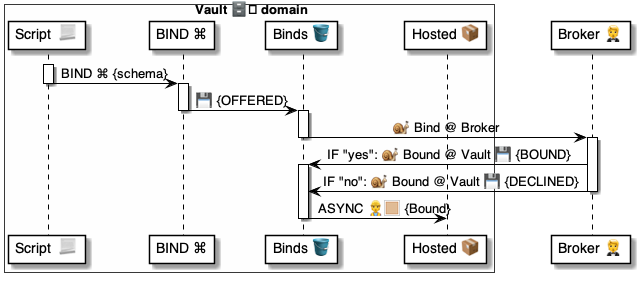
Before: 4 ⚙️ Solution/41 🎭 Domain Roles/Vaults 🗄️/🗄️🪣 Vault tables/Binds 🔗 table/🪣🧱 10 Bind ⏩ flow/🗄️ Vault.Binds.Bind ⚙️ uml.png, a diagram exported from PlantUML (pollyweb-org/pollyweb-docs). Its source is kept beside it as 4 ⚙️ Solution/41 🎭 Domain Roles/Vaults 🗄️/🗄️🪣 Vault tables/Binds 🔗 table/🪣🧱 10 Bind ⏩ flow/🗄️ Vault.Binds.Bind ⚙️ uml.puml.
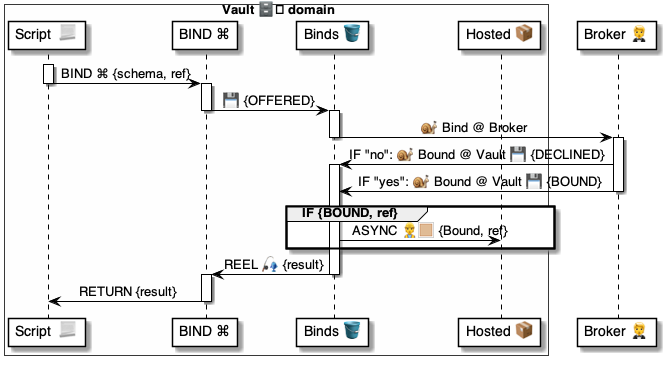
Later version of the same file.

What changed in the source:
```diff
@@ -10,7 +10,7 @@
 
 
 activate script
-    script -> cmd: BIND ⌘ {schema}
+    script -> cmd: BIND ⌘ {schema, ref}
 deactivate script
 
 activate cmd
@@ -22,12 +22,21 @@
 deactivate binds
 
 activate broker
+    broker -> binds: IF "no": 🐌 Bound @ Vault 💾 {DECLINED}
+activate binds
     broker -> binds: IF "yes": 🐌 Bound @ Vault 💾 {BOUND}
-activate binds
-    broker -> binds: IF "no": 🐌 Bound @ Vault 💾 {DECLINED}
 deactivate broker
 
-    binds -> hosted: ASYNC 👷🏼 {Bound}
+    group IF {BOUND, ref}
+        binds -> hosted: ASYNC 👷🏼 {Bound, ref}
+    end group
+
+    binds -> cmd: REEL 🎣 {result}
+
 deactivate binds
 
+activate cmd
+    cmd -> script: RETURN {result}
+deactivate cmd
+
 @enduml
```
